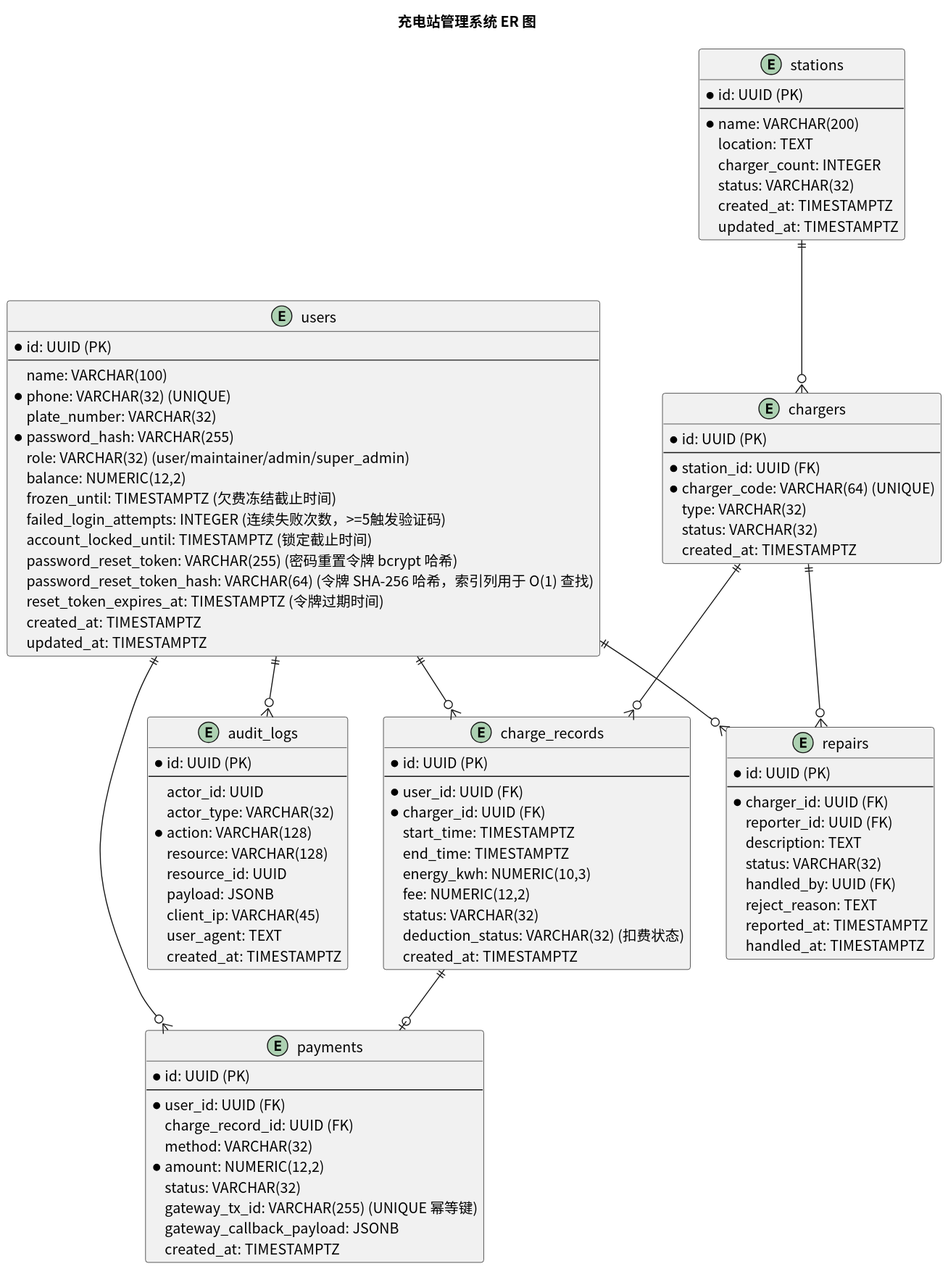
Above: usecase/docs/database/img/er_diagram.svg in greenhandzdl/charging-station-doc (PlantUML), before the change.
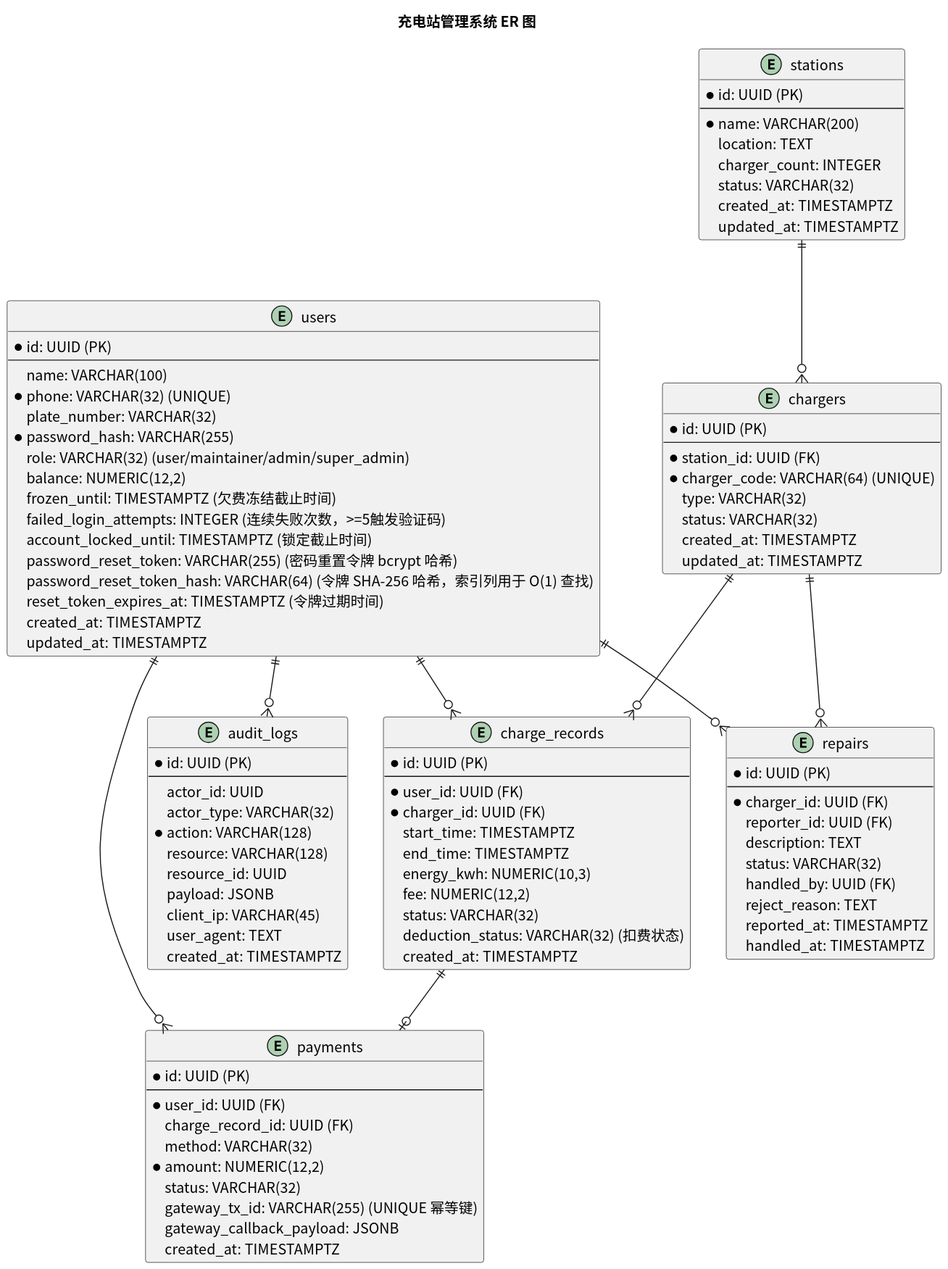
After the commit.

What changed in the source:
```diff
@@ -41,6 +41,7 @@
   type: VARCHAR(32)
   status: VARCHAR(32)
   created_at: TIMESTAMPTZ
+  updated_at: TIMESTAMPTZ
 }
 
 entity charge_records {
```
